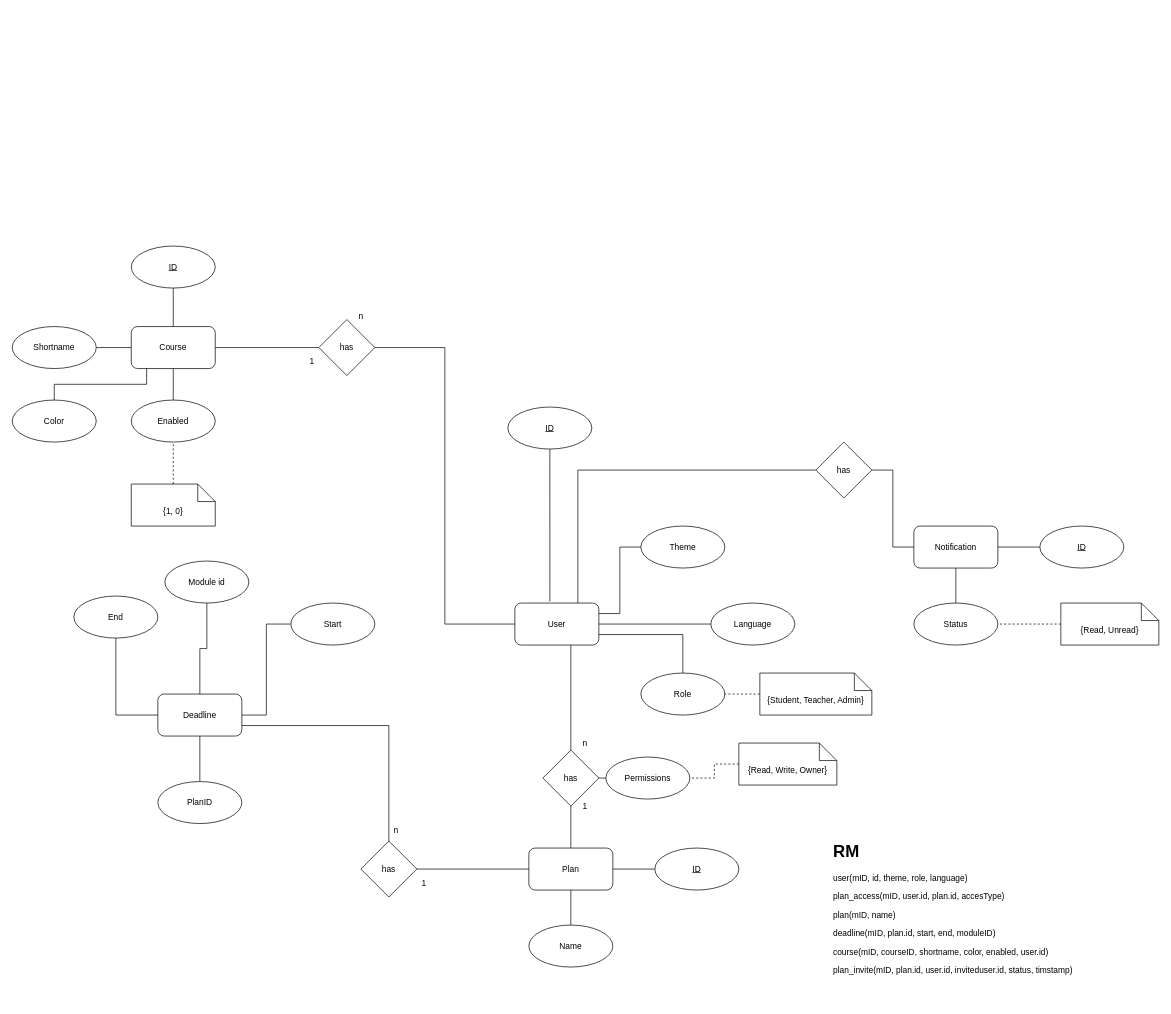
Above: page "LB Planner.php" (2 of 2) of LB Planner ERD.drawio in necodeIT/lb_planner (draw.io), before the change. Source tidied: cells renumbered, new cells numbered last; positions are measured from the earlier drawing's top-left corner, leaving out a move shared by most shapes. Both pictures are drawn from the tidied source at 70%, with x=0, y=0 at pixel (12, 246).
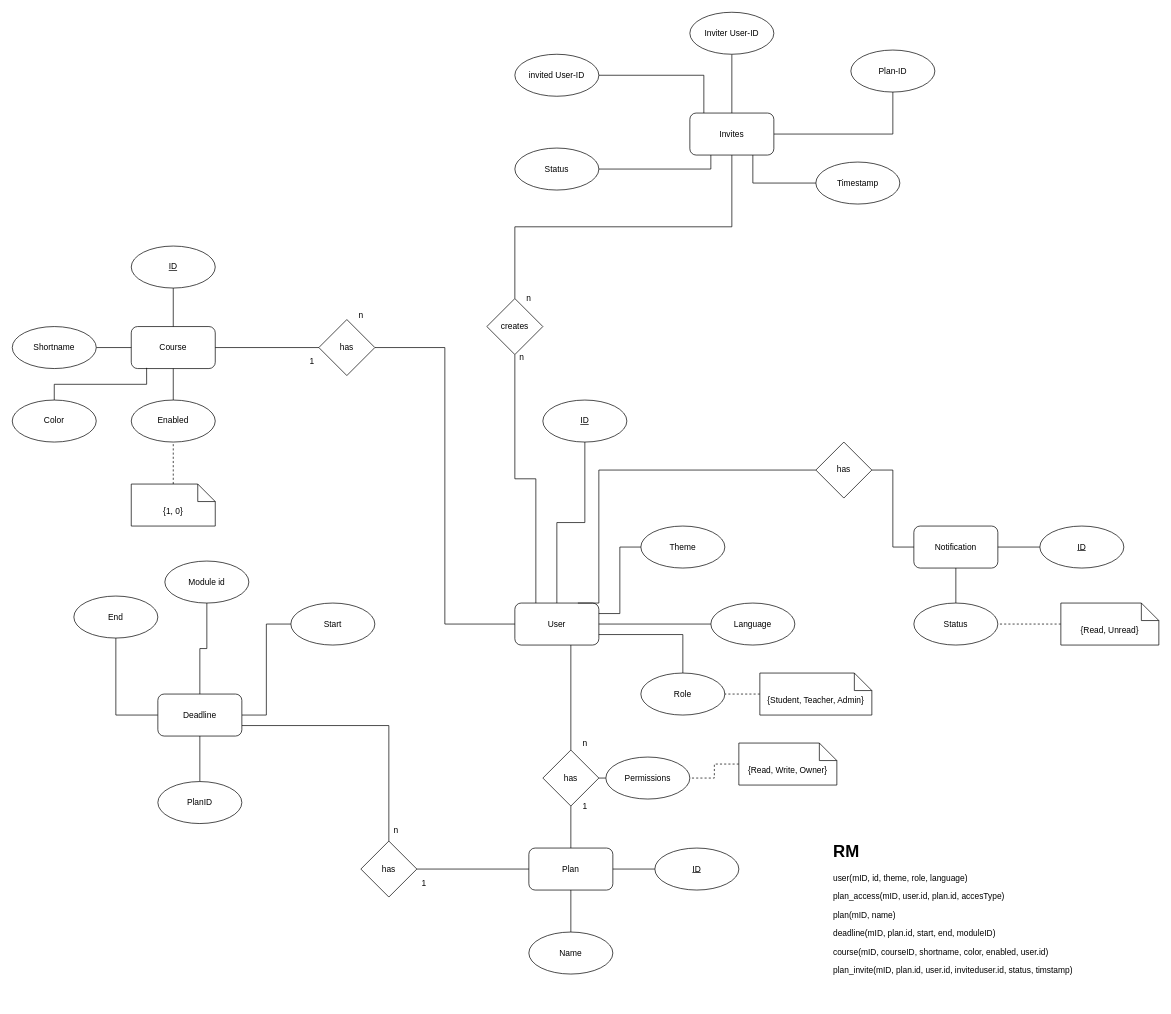
After the change.

Commit message:
updated ERD for invites

Unchanged cells that the change refers to:
```xml
<mxCell id="3" value="User" style="rounded=1;whiteSpace=wrap;html=1;" parent="1" vertex="1">
  <mxGeometry x="718" y="510" width="120" height="60" as="geometry" />
</mxCell>
<mxCell id="56" value="has" style="rhombus;whiteSpace=wrap;html=1;" parent="1" vertex="1">
  <mxGeometry x="1148" y="280" width="80" height="80" as="geometry" />
</mxCell>
```

Change to the diagram source:
```diff
@@
-    <mxCell id="4" style="edgeStyle=orthogonalEdgeStyle;rounded=0;jettySize=auto;html=1;endArrow=none;endFill=0;entryX=0.417;entryY=-0.037;entryDx=0;entryDy=0;entryPerimeter=0;" parent="1" edge="1" source="5" target="3">
+    <mxCell id="4" style="edgeStyle=orthogonalEdgeStyle;rounded=0;jettySize=auto;html=1;endArrow=none;endFill=0;entryX=0.5;entryY=0;entryDx=0;entryDy=0;" parent="1" edge="1" source="5" target="3">
       <mxGeometry relative="1" as="geometry" />
     </mxCell>
     <mxCell id="5" value="&lt;u&gt;ID&lt;/u&gt;" style="ellipse;whiteSpace=wrap;html=1;" parent="1" vertex="1">
-      <mxGeometry x="708" y="230" width="120" height="60" as="geometry" />
+      <mxGeometry x="758" y="220" width="120" height="60" as="geometry" />
     </mxCell>
@@
     <mxCell id="55" style="edgeStyle=orthogonalEdgeStyle;rounded=0;jettySize=auto;html=1;exitX=0;exitY=0.5;exitDx=0;exitDy=0;entryX=0.75;entryY=0;entryDx=0;entryDy=0;endArrow=none;endFill=0;" parent="1" edge="1" source="56" target="3">
-      <mxGeometry relative="1" as="geometry" />
+      <mxGeometry relative="1" as="geometry">
+        <Array as="points">
+          <mxPoint x="838" y="320" />
+          <mxPoint x="838" y="510" />
+        </Array>
+      </mxGeometry>
     </mxCell>
@@
     <mxCell id="60" value="Name" style="ellipse;whiteSpace=wrap;html=1;" parent="1" vertex="1">
-      <mxGeometry x="738" y="970" width="120" height="60" as="geometry" />
+      <mxGeometry x="738" y="980" width="120" height="60" as="geometry" />
     </mxCell>
@@
+    <mxCell id="68" style="edgeStyle=orthogonalEdgeStyle;rounded=0;jettySize=auto;html=1;entryX=0.25;entryY=0;entryDx=0;entryDy=0;endArrow=none;endFill=0;" parent="1" edge="1" source="70" target="3">
+      <mxGeometry relative="1" as="geometry" />
+    </mxCell>
+    <mxCell id="69" style="edgeStyle=orthogonalEdgeStyle;rounded=0;jettySize=auto;html=1;exitX=0.5;exitY=0;exitDx=0;exitDy=0;endArrow=none;endFill=0;" parent="1" edge="1" source="70" target="73">
+      <mxGeometry relative="1" as="geometry" />
+    </mxCell>
+    <mxCell id="70" value="creates" style="rhombus;whiteSpace=wrap;html=1;" parent="1" vertex="1">
+      <mxGeometry x="678" y="75" width="80" height="80" as="geometry" />
+    </mxCell>
+    <mxCell id="71" style="edgeStyle=orthogonalEdgeStyle;rounded=0;jettySize=auto;html=1;endArrow=none;endFill=0;" parent="1" edge="1" source="73" target="76">
+      <mxGeometry relative="1" as="geometry" />
+    </mxCell>
+    <mxCell id="72" style="edgeStyle=orthogonalEdgeStyle;rounded=0;jettySize=auto;html=1;exitX=0.75;exitY=1;exitDx=0;exitDy=0;endArrow=none;endFill=0;" parent="1" edge="1" source="73" target="83">
+      <mxGeometry relative="1" as="geometry">
+        <Array as="points">
+          <mxPoint x="1058" y="-90" />
+        </Array>
+      </mxGeometry>
+    </mxCell>
+    <mxCell id="73" value="Invites" style="rounded=1;whiteSpace=wrap;html=1;" parent="1" vertex="1">
+      <mxGeometry x="968" y="-190" width="120" height="60" as="geometry" />
+    </mxCell>
+    <mxCell id="74" value="n" style="text;html=1;strokeColor=none;fillColor=none;align=center;verticalAlign=middle;whiteSpace=wrap;rounded=0;" parent="1" vertex="1">
+      <mxGeometry x="708" y="60" width="60" height="30" as="geometry" />
+    </mxCell>
+    <mxCell id="75" value="n" style="text;html=1;strokeColor=none;fillColor=none;align=center;verticalAlign=middle;whiteSpace=wrap;rounded=0;" parent="1" vertex="1">
+      <mxGeometry x="698" y="145" width="60" height="30" as="geometry" />
+    </mxCell>
+    <mxCell id="76" value="Plan-ID" style="ellipse;whiteSpace=wrap;html=1;" parent="1" vertex="1">
+      <mxGeometry x="1198" y="-280" width="120" height="60" as="geometry" />
+    </mxCell>
+    <mxCell id="77" style="edgeStyle=orthogonalEdgeStyle;rounded=0;jettySize=auto;html=1;endArrow=none;endFill=0;" parent="1" edge="1" source="78" target="73">
+      <mxGeometry relative="1" as="geometry" />
+    </mxCell>
+    <mxCell id="78" value="Inviter User-ID" style="ellipse;whiteSpace=wrap;html=1;" parent="1" vertex="1">
+      <mxGeometry x="968" y="-334" width="120" height="60" as="geometry" />
+    </mxCell>
+    <mxCell id="79" style="edgeStyle=orthogonalEdgeStyle;rounded=0;jettySize=auto;html=1;endArrow=none;endFill=0;" parent="1" edge="1" source="80" target="73">
+      <mxGeometry relative="1" as="geometry">
+        <Array as="points">
+          <mxPoint x="988" y="-244" />
+        </Array>
+      </mxGeometry>
+    </mxCell>
+    <mxCell id="80" value="invited User-ID" style="ellipse;whiteSpace=wrap;html=1;" parent="1" vertex="1">
+      <mxGeometry x="718" y="-274" width="120" height="60" as="geometry" />
+    </mxCell>
+    <mxCell id="81" style="edgeStyle=orthogonalEdgeStyle;rounded=0;jettySize=auto;html=1;endArrow=none;endFill=0;" parent="1" edge="1" source="82" target="73">
+      <mxGeometry relative="1" as="geometry">
+        <Array as="points">
+          <mxPoint x="998" y="-110" />
+        </Array>
+      </mxGeometry>
+    </mxCell>
+    <mxCell id="82" value="Status" style="ellipse;whiteSpace=wrap;html=1;" parent="1" vertex="1">
+      <mxGeometry x="718" y="-140" width="120" height="60" as="geometry" />
+    </mxCell>
+    <mxCell id="83" value="Timestamp" style="ellipse;whiteSpace=wrap;html=1;" parent="1" vertex="1">
+      <mxGeometry x="1148" y="-120" width="120" height="60" as="geometry" />
+    </mxCell>
```
